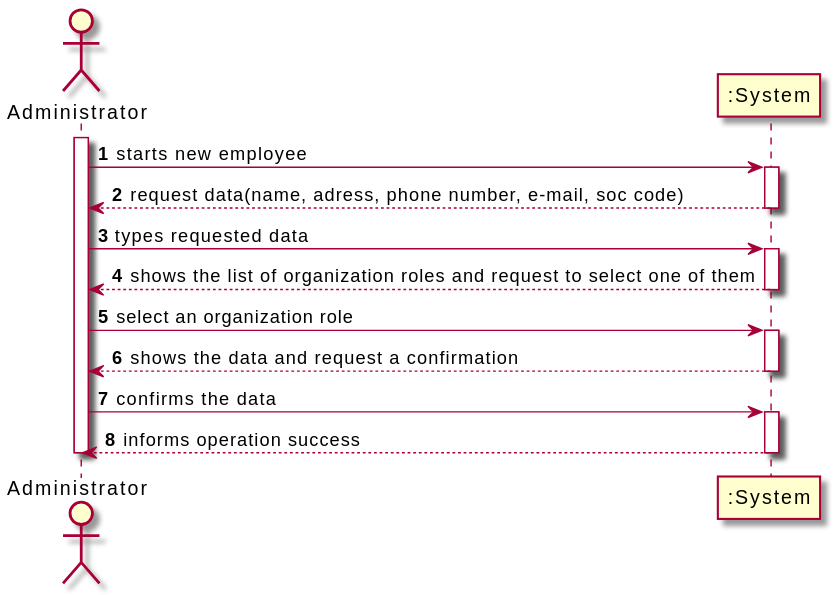
Above: docs/SprintB/US7_CreateEmployee/US007_SSD.svg in Pedromaia26/LAPR2-ISEP (PlantUML), before the change.
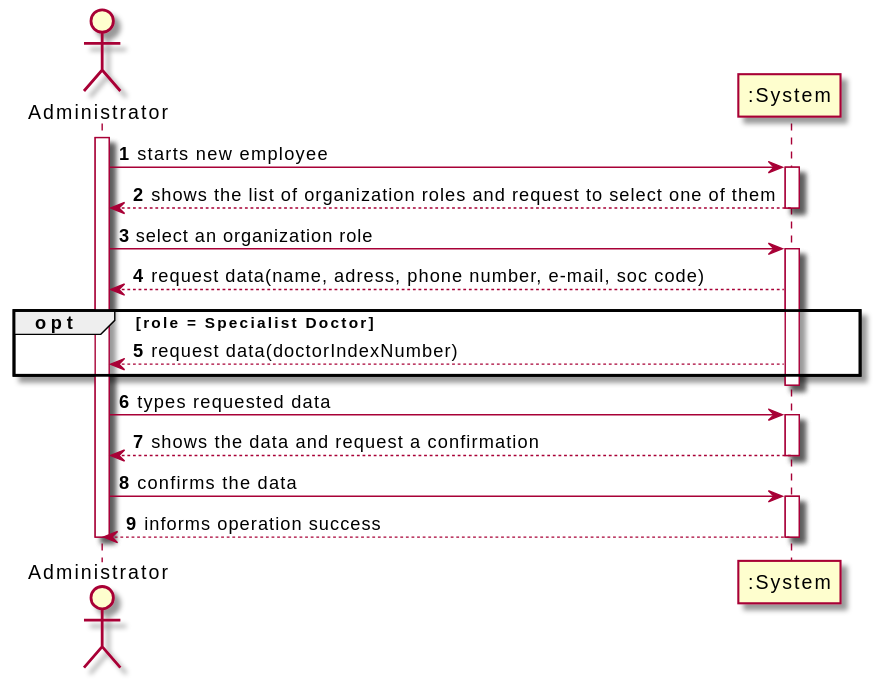
After the commit.

Commit message:
SVG representation of SSD US7

What changed in the source:
```diff
@@ -6,13 +6,16 @@
 activate Adm
 Adm -> System: starts new employee
 activate System
-System --> Adm: request data(name, adress, phone number, e-mail, soc code)
-deactivate System
-Adm -> System: types requested data
-activate System
 System --> Adm: shows the list of organization roles and request to select one of them
 deactivate System
 Adm -> System: select an organization role
+activate System
+System --> Adm: request data(name, adress, phone number, e-mail, soc code)
+opt role = Specialist Doctor
+    System --> Adm: request data(doctorIndexNumber)
+end
+deactivate System
+Adm -> System: types requested data
 activate System
 System --> Adm: shows the data and request a confirmation
 deactivate System
```
